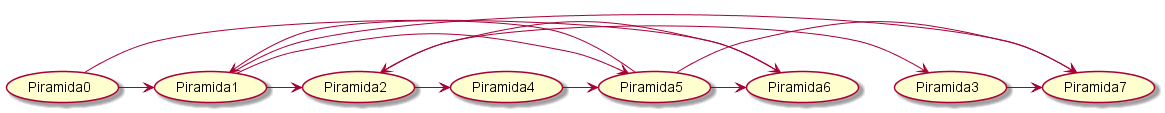
The PlantUML diagram uml.png in ignisyooo/MATH_graphs, before a commit.
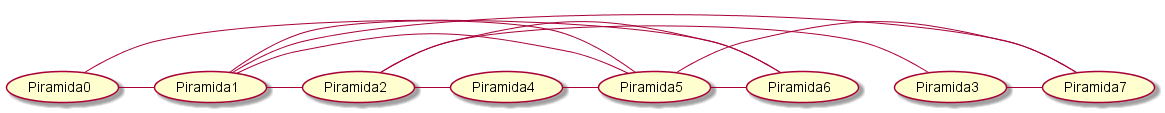
The same file after the commit.

What changed in the source:
```diff
@@ -1,15 +1,15 @@
 @startuml
-(Piramida0) -> (Piramida1)
-(Piramida0) -> (Piramida6)
-(Piramida1) -> (Piramida2)
-(Piramida1) -> (Piramida5)
-(Piramida1) -> (Piramida7)
-(Piramida2) -> (Piramida3)
-(Piramida2) -> (Piramida4)
-(Piramida3) -> (Piramida7)
-(Piramida4) -> (Piramida5)
-(Piramida5) -> (Piramida7)
-(Piramida5) -> (Piramida6)
-(Piramida5) -> (Piramida1)
-(Piramida6) -> (Piramida2)
+(Piramida0) - (Piramida1)
+(Piramida0) - (Piramida6)
+(Piramida1) - (Piramida2)
+(Piramida1) - (Piramida5)
+(Piramida1) - (Piramida7)
+(Piramida2) - (Piramida3)
+(Piramida2) - (Piramida4)
+(Piramida3) - (Piramida7)
+(Piramida4) - (Piramida5)
+(Piramida5) - (Piramida7)
+(Piramida5) - (Piramida6)
+(Piramida5) - (Piramida1)
+(Piramida6) - (Piramida2)
 @enduml
```
